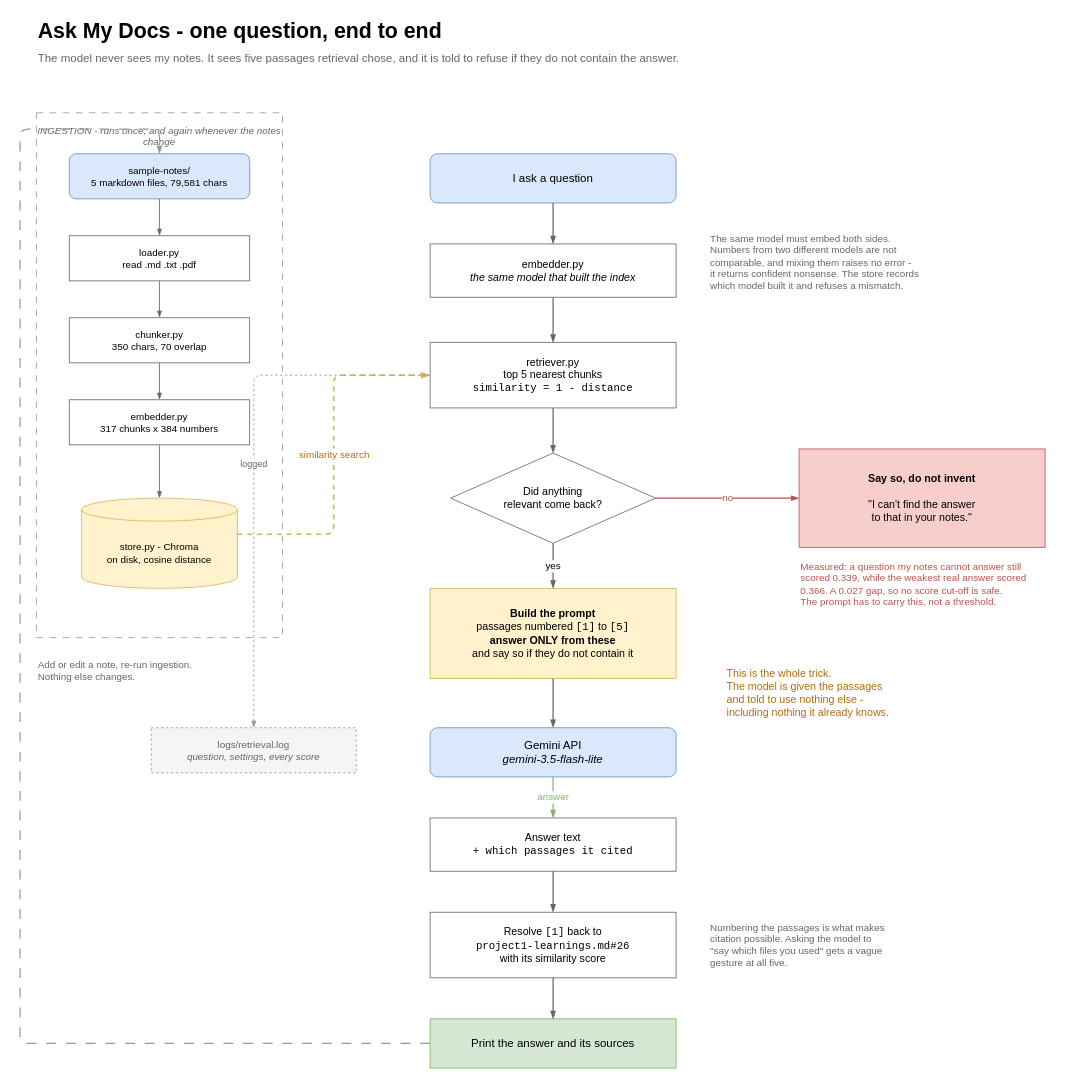
Iddrisusalima/ask-my-docs keeps this draw.io diagram as docs/architecture.drawio. Above is the earlier version. Source tidied: cells renumbered, new cells numbered last; positions are measured from the earlier drawing's top-left corner, leaving out a move shared by most shapes. Both pictures are drawn from the tidied source at 82%, with x=0, y=0 at pixel (20, 14).
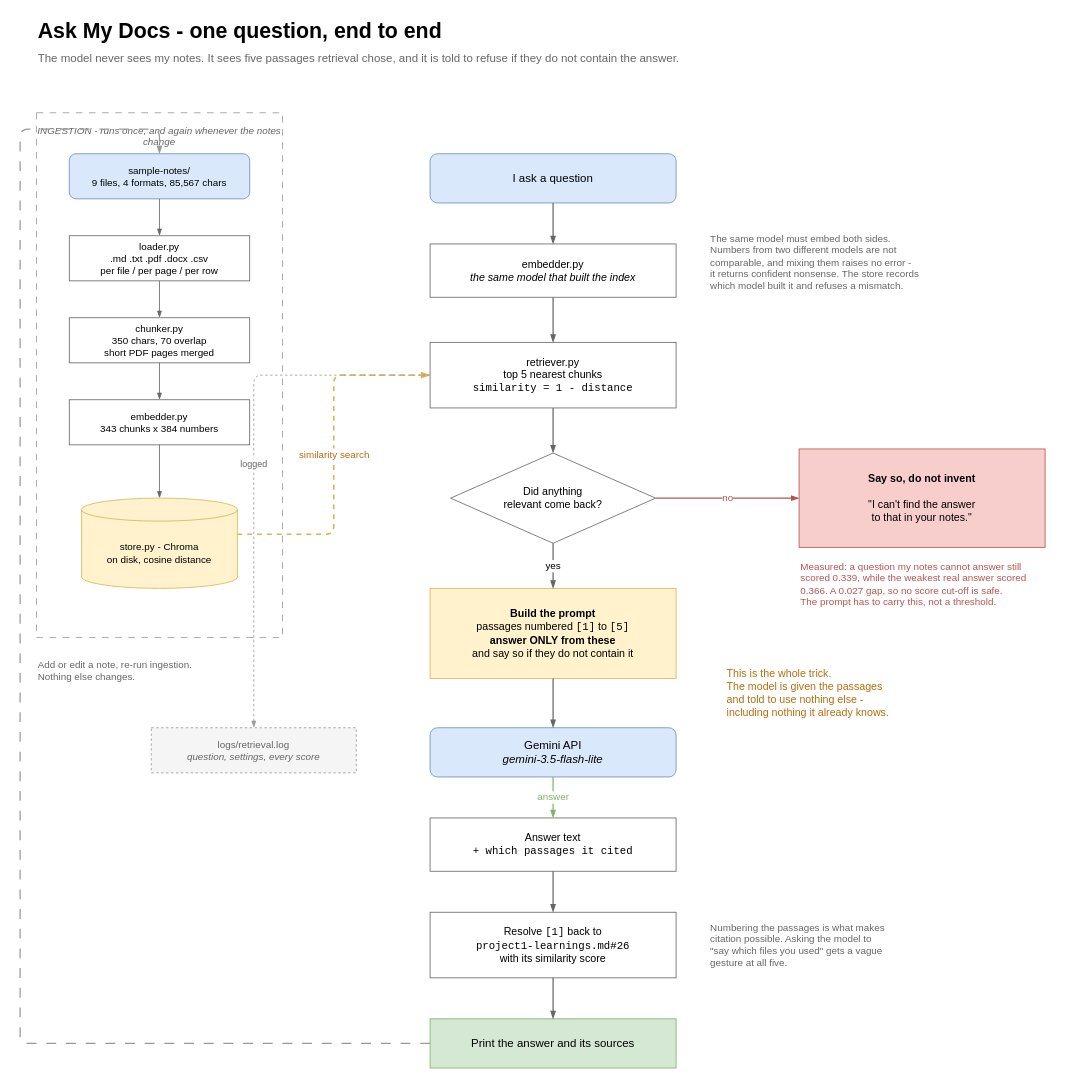
The same page after the edit.

Commit message (it also covers changes not shown here):
docs(diagrams): Update both architecture diagrams for the new formats

The loader box still read '.md .txt .pdf' and the dataset box still said five markdown files at 79,581 characters and 317 chunks. Now: all five extensions with the per-file / per-page / per-row split, the merge noted on the chunker, and 9 files across 4 formats at 85,567 characters and 343 chunks.

docs/screenshots/architecture-overview.png still needs re-exporting from the updated source - draw.io is not installed locally, so it cannot be regenerated here.

What changed in the source:
```diff
@@
-    <mxCell id="5" value="sample-notes/&#10;5 markdown files, 79,581 chars" style="rounded=1;whiteSpace=wrap;html=1;fillColor=#dae8fc;strokeColor=#6c8ebf;fontSize=12;" parent="1" vertex="1">
+    <mxCell id="5" value="sample-notes/&#10;9 files, 4 formats, 85,567 chars" style="rounded=1;whiteSpace=wrap;html=1;fillColor=#dae8fc;strokeColor=#6c8ebf;fontSize=12;" parent="1" vertex="1">
       <mxGeometry x="60" y="170" width="220" height="55" as="geometry" />
     </mxCell>
-    <mxCell id="6" value="loader.py&#10;read .md .txt .pdf" style="rounded=0;whiteSpace=wrap;html=1;fillColor=#ffffff;strokeColor=#666666;fontSize=12;" parent="1" vertex="1">
+    <mxCell id="6" value="loader.py&#10;.md .txt .pdf .docx .csv&#10;per file / per page / per row" style="rounded=0;whiteSpace=wrap;html=1;fillColor=#ffffff;strokeColor=#666666;fontSize=12;" parent="1" vertex="1">
       <mxGeometry x="60" y="270" width="220" height="55" as="geometry" />
     </mxCell>
-    <mxCell id="7" value="chunker.py&#10;350 chars, 70 overlap" style="rounded=0;whiteSpace=wrap;html=1;fillColor=#ffffff;strokeColor=#666666;fontSize=12;" parent="1" vertex="1">
+    <mxCell id="7" value="chunker.py&#10;350 chars, 70 overlap&#10;short PDF pages merged" style="rounded=0;whiteSpace=wrap;html=1;fillColor=#ffffff;strokeColor=#666666;fontSize=12;" parent="1" vertex="1">
       <mxGeometry x="60" y="370" width="220" height="55" as="geometry" />
     </mxCell>
-    <mxCell id="8" value="embedder.py&#10;317 chunks x 384 numbers" style="rounded=0;whiteSpace=wrap;html=1;fillColor=#ffffff;strokeColor=#666666;fontSize=12;" parent="1" vertex="1">
+    <mxCell id="8" value="embedder.py&#10;343 chunks x 384 numbers" style="rounded=0;whiteSpace=wrap;html=1;fillColor=#ffffff;strokeColor=#666666;fontSize=12;" parent="1" vertex="1">
       <mxGeometry x="60" y="470" width="220" height="55" as="geometry" />
     </mxCell>
```
